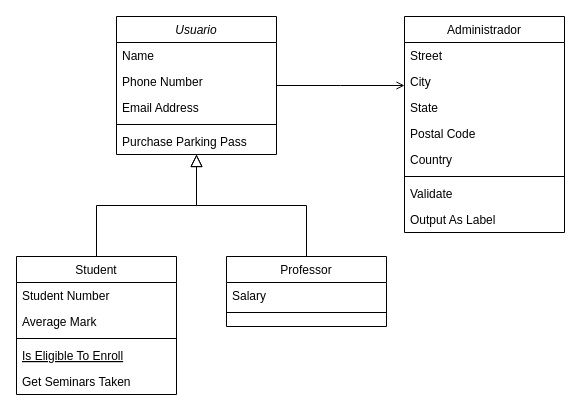
The draw.io diagram Diagrama sin título.drawio in kattrr/claseIPS, before the edit. Source tidied: cells renumbered, new cells numbered last; positions are measured from the earlier drawing's top-left corner, leaving out a move shared by most shapes. Both pictures are drawn from the tidied source at 100%, with x=0, y=0 at pixel (16, 16).
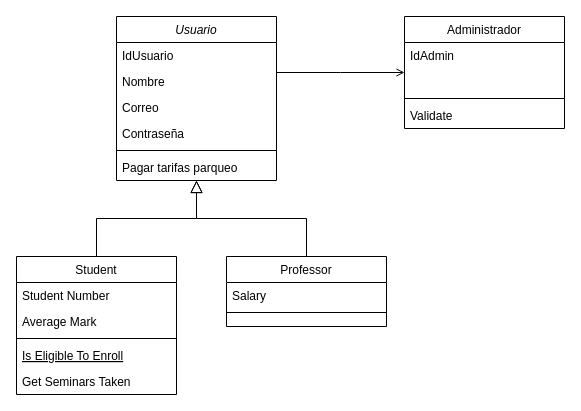
The same page after the edit.

What changed in the source:
```diff
@@
     <mxCell id="2" value="Usuario" style="swimlane;fontStyle=2;align=center;verticalAlign=top;horizontal=1;startSize=26;rounded=0;shadow=0;strokeWidth=1;" parent="1" vertex="1">
-      <mxGeometry x="100" width="160" height="138" as="geometry" />
+      <mxGeometry x="100" width="160" height="164" as="geometry" />
     </mxCell>
-    <mxCell id="3" value="Name" style="text;align=left;verticalAlign=top;spacingLeft=4;spacingRight=4;overflow=hidden;" parent="2" vertex="1">
+    <mxCell id="3" value="IdUsuario" style="text;align=left;verticalAlign=top;spacingLeft=4;spacingRight=4;overflow=hidden;" parent="2" vertex="1">
       <mxGeometry y="26" width="160" height="26" as="geometry" />
     </mxCell>
-    <mxCell id="4" value="Phone Number" style="text;align=left;verticalAlign=top;spacingLeft=4;spacingRight=4;overflow=hidden;rounded=0;shadow=0;html=0;" parent="2" vertex="1">
+    <mxCell id="4" value="Nombre" style="text;align=left;verticalAlign=top;spacingLeft=4;spacingRight=4;overflow=hidden;rounded=0;shadow=0;html=0;" parent="2" vertex="1">
       <mxGeometry y="52" width="160" height="26" as="geometry" />
     </mxCell>
+    <mxCell id="29" value="Correo" style="text;align=left;verticalAlign=top;spacingLeft=4;spacingRight=4;overflow=hidden;rounded=0;shadow=0;html=0;" parent="2" vertex="1">
+      <mxGeometry y="78" width="160" height="26" as="geometry" />
+    </mxCell>
-    <mxCell id="5" value="Email Address" style="text;align=left;verticalAlign=top;spacingLeft=4;spacingRight=4;overflow=hidden;rounded=0;shadow=0;html=0;" parent="2" vertex="1">
-      <mxGeometry y="78" width="160" height="26" as="geometry" />
+    <mxCell id="5" value="Contraseña" style="text;align=left;verticalAlign=top;spacingLeft=4;spacingRight=4;overflow=hidden;rounded=0;shadow=0;html=0;" parent="2" vertex="1">
+      <mxGeometry y="104" width="160" height="26" as="geometry" />
     </mxCell>
     <mxCell id="6" style="line;html=1;strokeWidth=1;align=left;verticalAlign=middle;spacingTop=-1;spacingLeft=3;spacingRight=3;labelPosition=right;" parent="2" vertex="1">
-      <mxGeometry y="104" width="160" height="8" as="geometry" />
+      <mxGeometry y="130" width="160" height="8" as="geometry" />
     </mxCell>
-    <mxCell id="7" value="Purchase Parking Pass" style="text;align=left;verticalAlign=top;spacingLeft=4;spacingRight=4;overflow=hidden;" parent="2" vertex="1">
-      <mxGeometry y="112" width="160" height="26" as="geometry" />
+    <mxCell id="7" value="Pagar tarifas parqueo" style="text;align=left;verticalAlign=top;spacingLeft=4;spacingRight=4;overflow=hidden;" parent="2" vertex="1">
+      <mxGeometry y="138" width="160" height="26" as="geometry" />
     </mxCell>
@@
     <mxCell id="19" value="Administrador" style="swimlane;fontStyle=0;align=center;verticalAlign=top;horizontal=1;startSize=26;rounded=0;shadow=0;strokeWidth=1;" parent="1" vertex="1">
-      <mxGeometry x="388" width="160" height="216" as="geometry" />
+      <mxGeometry x="388" width="160" height="112" as="geometry" />
     </mxCell>
-    <mxCell id="20" value="Street" style="text;align=left;verticalAlign=top;spacingLeft=4;spacingRight=4;overflow=hidden;" parent="19" vertex="1">
+    <mxCell id="20" value="IdAdmin" style="text;align=left;verticalAlign=top;spacingLeft=4;spacingRight=4;overflow=hidden;" parent="19" vertex="1">
       <mxGeometry y="26" width="160" height="26" as="geometry" />
     </mxCell>
-    <mxCell id="21" value="City" style="text;align=left;verticalAlign=top;spacingLeft=4;spacingRight=4;overflow=hidden;rounded=0;shadow=0;html=0;" parent="19" vertex="1">
-      <mxGeometry y="52" width="160" height="26" as="geometry" />
-    </mxCell>
-    <mxCell id="22" value="State" style="text;align=left;verticalAlign=top;spacingLeft=4;spacingRight=4;overflow=hidden;rounded=0;shadow=0;html=0;" parent="19" vertex="1">
-      <mxGeometry y="78" width="160" height="26" as="geometry" />
-    </mxCell>
-    <mxCell id="23" value="Postal Code" style="text;align=left;verticalAlign=top;spacingLeft=4;spacingRight=4;overflow=hidden;rounded=0;shadow=0;html=0;" parent="19" vertex="1">
-      <mxGeometry y="104" width="160" height="26" as="geometry" />
-    </mxCell>
-    <mxCell id="24" value="Country" style="text;align=left;verticalAlign=top;spacingLeft=4;spacingRight=4;overflow=hidden;rounded=0;shadow=0;html=0;" parent="19" vertex="1">
-      <mxGeometry y="130" width="160" height="26" as="geometry" />
-    </mxCell>
+    <mxCell id="30" style="text;align=left;verticalAlign=top;spacingLeft=4;spacingRight=4;overflow=hidden;" parent="19" vertex="1">
+      <mxGeometry y="52" width="160" height="26" as="geometry" />
+    </mxCell>
     <mxCell id="25" style="line;html=1;strokeWidth=1;align=left;verticalAlign=middle;spacingTop=-1;spacingLeft=3;spacingRight=3;labelPosition=right;" parent="19" vertex="1">
-      <mxGeometry y="156" width="160" height="8" as="geometry" />
+      <mxGeometry y="78" width="160" height="8" as="geometry" />
     </mxCell>
     <mxCell id="26" value="Validate" style="text;align=left;verticalAlign=top;spacingLeft=4;spacingRight=4;overflow=hidden;" parent="19" vertex="1">
-      <mxGeometry y="164" width="160" height="26" as="geometry" />
+      <mxGeometry y="86" width="160" height="26" as="geometry" />
     </mxCell>
-    <mxCell id="27" value="Output As Label" style="text;align=left;verticalAlign=top;spacingLeft=4;spacingRight=4;overflow=hidden;" parent="19" vertex="1">
-      <mxGeometry y="190" width="160" height="26" as="geometry" />
-    </mxCell>
```
